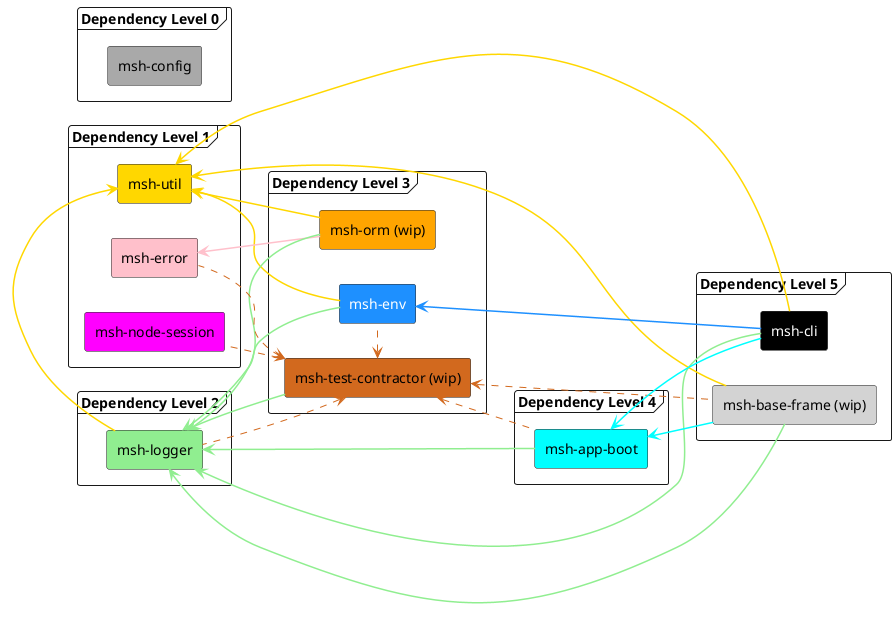
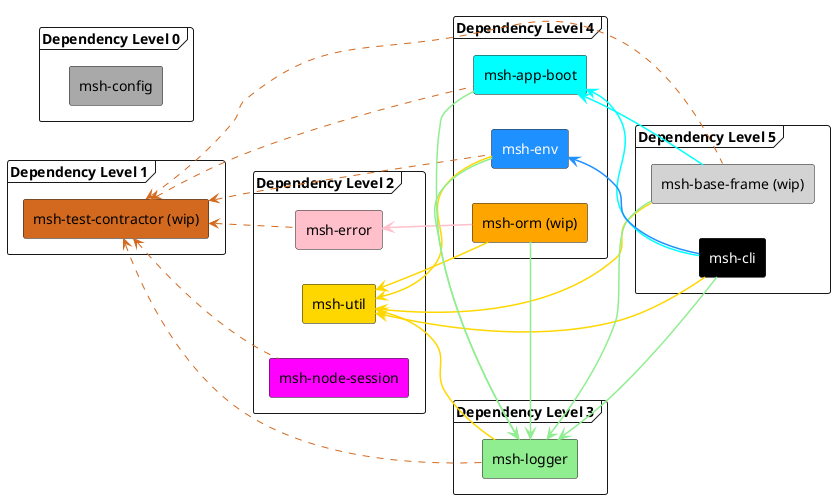
@startuml
left to right direction

<style>
arrow {
  LineThickness 1.5
}
</style>

!$config_color = darkgray
!$util_color = gold
!$node_session_color = Magenta
!$error_color = pink
!$logger_color = lightgreen
!$env_color = DodgerBlue
!$app_boot_color = cyan
!$cli_color = black
!$orm_color = orange
!$test_contractor_color = chocolate
!$base_frame_color = lightgray

frame "Dependency Level 0" as dep_level_0 {
	rectangle "msh-config" as config [[https://github.com/beecode-rs/msh-config]] #$config_color
}

frame "Dependency Level 1" as dep_level_1 {
+ 	rectangle "msh-test-contractor (wip)" as test_contractor [[https://github.com/beecode-rs/msh-test-contractor]] #$test_contractor_color
+ }
+ 
+ frame "Dependency Level 2" as dep_level_2 {
	rectangle "msh-error" as error [[https://github.com/beecode-rs/msh-error]] #$error_color
	rectangle "msh-node-session" as node_session [[https://github.com/beecode-rs/msh-node-session]] #$node_session_color
	rectangle "msh-util" as util [[https://github.com/beecode-rs/msh-util]] #$util_color
}

- frame "Dependency Level 2" as dep_level_2 {
+ frame "Dependency Level 3" as dep_level_3 {
	rectangle "msh-logger" as logger [[https://github.com/beecode-rs/msh-logger]] #$logger_color
}

- frame "Dependency Level 3" as dep_level_3 {
+ frame "Dependency Level 4" as dep_level_4 {
	rectangle "msh-orm (wip)" as orm [[https://github.com/beecode-rs/msh-orm]] #$orm_color
	rectangle "msh-env" as env [[https://github.com/beecode-rs/msh-env]] #$env_color;text:white
- 	rectangle "msh-test-contractor (wip)" as test_contractor [[https://github.com/beecode-rs/msh-test-contractor]] #$test_contractor_color
- }
- 
- frame "Dependency Level 4" as dep_level_4 {
	rectangle "msh-app-boot" as app_boot [[https://github.com/beecode-rs/msh-app-boot]] #$app_boot_color
}

frame "Dependency Level 5" as dep_level_5 {
	rectangle "msh-base-frame (wip)" as base_frame [[https://github.com/beecode-rs/msh-base-frame]] #$base_frame_color
	rectangle "msh-cli" as cli [[https://github.com/beecode-rs/msh-cli]] #$cli_color;text:white
}

'--- Dependencies (arrows point from dependent → dependency) ---

+ ' msh-test-contractor (5 devDependents — dotted lines)
+ test_contractor <. app_boot #$test_contractor_color
+ test_contractor <. base_frame #$test_contractor_color
+ test_contractor <. env #$test_contractor_color
+ test_contractor <.. error #$test_contractor_color
+ test_contractor <. logger #$test_contractor_color
+ test_contractor <. node_session #$test_contractor_color
+ 
' msh-util (5 dependents)
- util <-- logger #$util_color
+ util <- logger #$util_color
util <-- orm #$util_color
util <-- env #$util_color
util <-- cli #$util_color
util <-- base_frame #$util_color

' msh-error (1 dependent)
error <-- orm #$error_color

' msh-logger (6 dependents)
- logger <-- test_contractor #$logger_color
- logger <-- env #$logger_color
- logger <-- app_boot #$logger_color
- logger <-- cli #$logger_color
- logger <-- base_frame #$logger_color
- logger <-- orm #$logger_color
+ logger <- env #$logger_color
+ logger <- app_boot #$logger_color
+ logger <- cli #$logger_color
+ logger <- base_frame #$logger_color
+ logger <- orm #$logger_color

- ' msh-test-contractor (5 devDependents — dotted lines)
- test_contractor <.. app_boot #$test_contractor_color
- test_contractor <.. base_frame #$test_contractor_color
- test_contractor <. env #$test_contractor_color
- test_contractor <.. error #$test_contractor_color
- test_contractor <.. logger #$test_contractor_color
- test_contractor <.. node_session #$test_contractor_color

' msh-app-boot (2 dependents)
app_boot <-- cli #$app_boot_color
app_boot <-- base_frame #$app_boot_color

' msh-env (1 dependent)
env <-- cli #$env_color

'use https://editor.plantuml.com/ to generate link and use https://tinyurl.com/ to update link in README.md
@enduml
